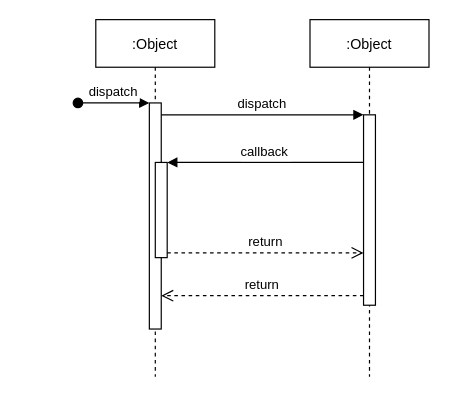
This is 未命名绘图.drawio from leaderyangzi/12306, a draw.io file, before an edit. Source tidied: cells renumbered, new cells numbered last; positions are measured from the earlier drawing's top-left corner, leaving out a move shared by most shapes. Both pictures are drawn from the tidied source at 119%, with x=0, y=0 at pixel (77, 19).
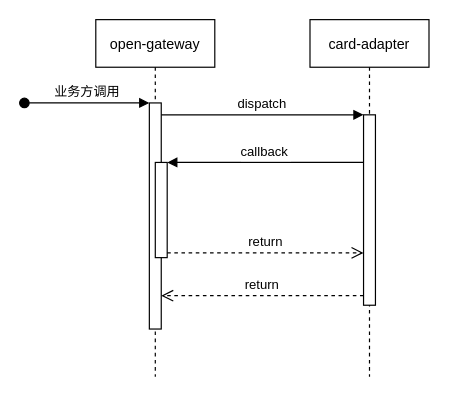
After the change.

Commit message:
发送工作卡时序图.drawio

What changed in the source:
```diff
@@
 <mxGraphModel>
   <root>
     <mxCell id="0" />
     <mxCell id="1" parent="0" />
-    <mxCell id="2" value=":Object" style="shape=umlLifeline;perimeter=lifelinePerimeter;rounded=0;shadow=0;strokeWidth=1;" parent="1" vertex="1">
+    <mxCell id="2" value="open-gateway" style="shape=umlLifeline;perimeter=lifelinePerimeter;rounded=0;shadow=0;strokeWidth=1;" parent="1" vertex="1">
       <mxGeometry x="15" width="100" height="300" as="geometry" />
     </mxCell>
     <mxCell id="3" style="points=[];perimeter=orthogonalPerimeter;rounded=0;shadow=0;strokeWidth=1;" parent="2" vertex="1">
       <mxGeometry x="45" y="70" width="10" height="190" as="geometry" />
     </mxCell>
-    <mxCell id="4" value="dispatch" style="verticalAlign=bottom;startArrow=oval;endArrow=block;startSize=8;shadow=0;strokeWidth=1;" parent="2" edge="1" target="3">
+    <mxCell id="4" value="业务方调用" style="verticalAlign=bottom;startArrow=oval;endArrow=block;startSize=8;shadow=0;strokeWidth=1;" parent="2" edge="1" target="3">
       <mxGeometry relative="1" as="geometry">
-        <mxPoint x="-15" y="70" as="sourcePoint" />
+        <mxPoint x="-60" y="70" as="sourcePoint" />
       </mxGeometry>
     </mxCell>
     <mxCell id="5" style="points=[];perimeter=orthogonalPerimeter;rounded=0;shadow=0;strokeWidth=1;" parent="2" vertex="1">
       <mxGeometry x="50" y="120" width="10" height="80" as="geometry" />
     </mxCell>
-    <mxCell id="6" value=":Object" style="shape=umlLifeline;perimeter=lifelinePerimeter;rounded=0;shadow=0;strokeWidth=1;" parent="1" vertex="1">
+    <mxCell id="6" value="card-adapter" style="shape=umlLifeline;perimeter=lifelinePerimeter;rounded=0;shadow=0;strokeWidth=1;" parent="1" vertex="1">
       <mxGeometry x="195" width="100" height="300" as="geometry" />
     </mxCell>
     <mxCell id="7" style="points=[];perimeter=orthogonalPerimeter;rounded=0;shadow=0;strokeWidth=1;" parent="6" vertex="1">
       <mxGeometry x="45" y="80" width="10" height="160" as="geometry" />
     </mxCell>
     <mxCell id="8" value="return" style="verticalAlign=bottom;endArrow=open;dashed=1;endSize=8;exitX=0;exitY=0.95;shadow=0;strokeWidth=1;" parent="1" edge="1" source="7" target="3">
       <mxGeometry relative="1" as="geometry" />
     </mxCell>
     <mxCell id="9" value="dispatch" style="verticalAlign=bottom;endArrow=block;entryX=0;entryY=0;shadow=0;strokeWidth=1;" parent="1" edge="1" source="3" target="7">
       <mxGeometry relative="1" as="geometry" />
     </mxCell>
     <mxCell id="10" value="callback" style="verticalAlign=bottom;endArrow=block;entryX=1;entryY=0;shadow=0;strokeWidth=1;" parent="1" edge="1" source="7" target="5">
       <mxGeometry relative="1" as="geometry" />
     </mxCell>
     <mxCell id="11" value="return" style="verticalAlign=bottom;endArrow=open;dashed=1;endSize=8;exitX=1;exitY=0.95;shadow=0;strokeWidth=1;" parent="1" edge="1" source="5" target="7">
       <mxGeometry relative="1" as="geometry" />
     </mxCell>
   </root>
 </mxGraphModel>
```
